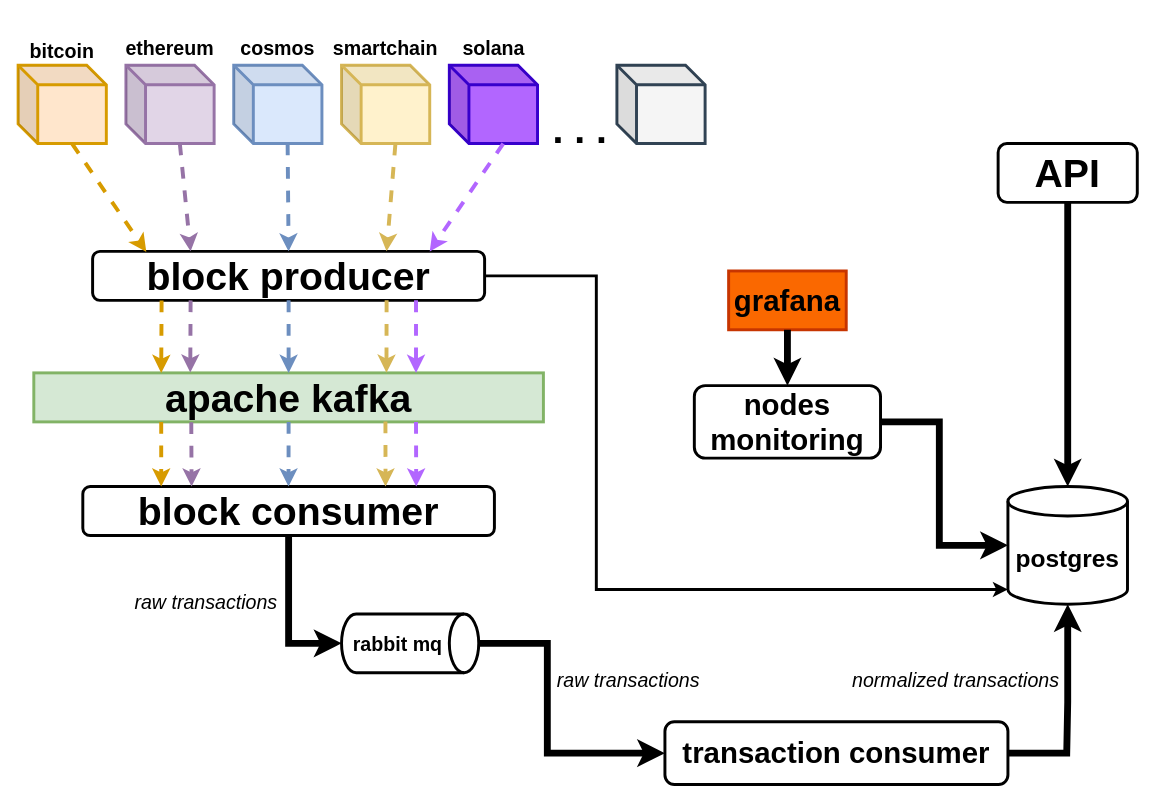
Earlier version of the draw.io diagram assets/architecture.drawio (levietcuong2602/blockchain-indexer-test). Source tidied: cells renumbered, new cells numbered last; positions are measured from the earlier drawing's top-left corner, leaving out a move shared by most shapes. Both pictures are drawn from the tidied source at 98%, with x=0, y=0 at pixel (18, 25).
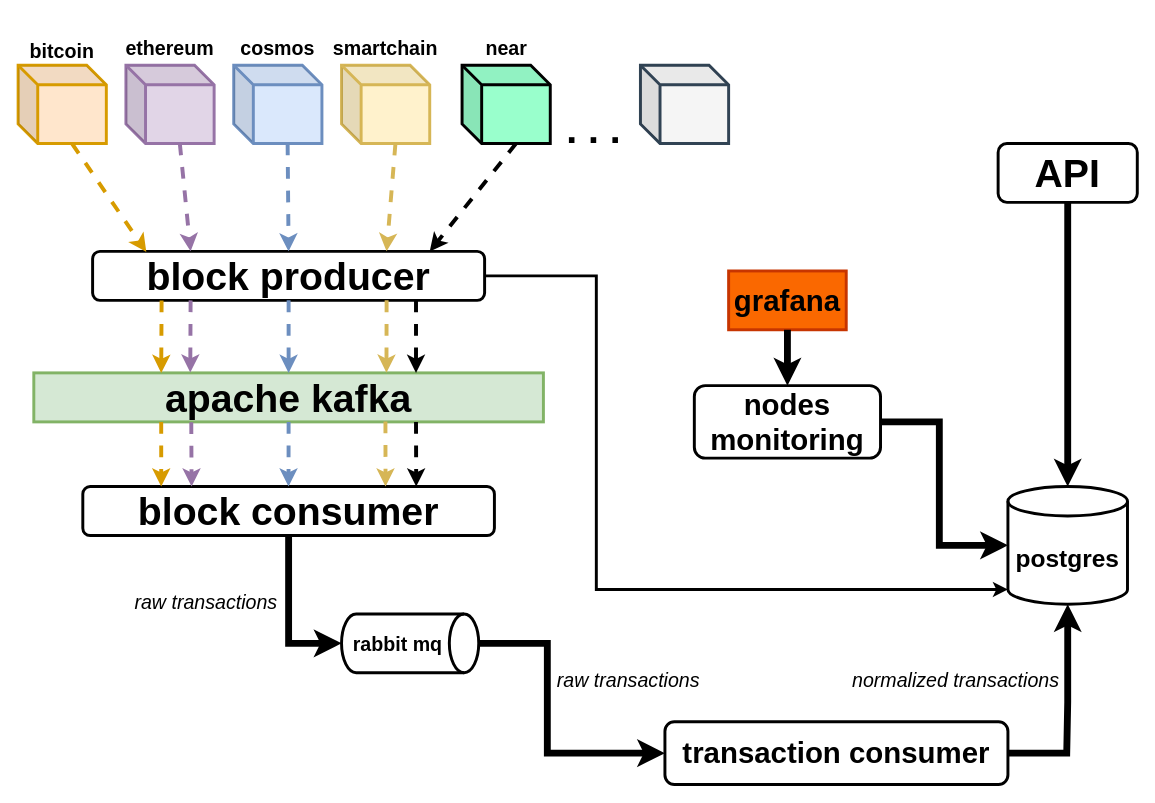
After the change.

The change refers to these unchanged cells:
```xml
<mxCell id="6" value="&lt;b&gt;&lt;font style=&quot;font-size: 40px;&quot;&gt;apache kafka&lt;/font&gt;&lt;/b&gt;" style="rounded=0;whiteSpace=wrap;html=1;fontSize=20;fillColor=#d5e8d4;strokeColor=#82b366;strokeWidth=3;" parent="1" vertex="1">
  <mxGeometry x="16" y="354" width="520" height="50" as="geometry" />
</mxCell>
<mxCell id="8" value="&lt;font style=&quot;font-size: 40px;&quot;&gt;&lt;b style=&quot;line-height: 1.2;&quot;&gt;block consumer&lt;/b&gt;&lt;/font&gt;" style="rounded=1;whiteSpace=wrap;html=1;fontSize=25;strokeWidth=3;" parent="1" vertex="1">
  <mxGeometry x="66" y="470" width="420" height="50" as="geometry" />
</mxCell>
```

The edit, as a diff of the source:
```diff
@@
-    <mxCell id="17" style="shape=cube;whiteSpace=wrap;html=1;boundedLbl=1;backgroundOutline=1;darkOpacity=0.05;darkOpacity2=0.1;fontSize=40;fillColor=#B266FF;strokeColor=#3700CC;fontColor=#ffffff;strokeWidth=3;" parent="1" vertex="1">
-      <mxGeometry x="440" y="40" width="90" height="80" as="geometry" />
+    <mxCell id="17" style="shape=cube;whiteSpace=wrap;html=1;boundedLbl=1;backgroundOutline=1;darkOpacity=0.05;darkOpacity2=0.1;fontSize=40;fillColor=#99FFCC;strokeColor=#000000;fontColor=#ffffff;strokeWidth=3;" parent="1" vertex="1">
+      <mxGeometry x="453" y="40" width="90" height="80" as="geometry" />
     </mxCell>
-    <mxCell id="18" value="&lt;b style=&quot;font-size: 40px;&quot;&gt;&lt;font style=&quot;font-size: 20px;&quot;&gt;solana&lt;/font&gt;&lt;/b&gt;" style="text;html=1;strokeColor=none;fillColor=none;align=center;verticalAlign=middle;whiteSpace=wrap;rounded=0;fontSize=20;" parent="1" vertex="1">
-      <mxGeometry x="447.5" width="75" height="30" as="geometry" />
+    <mxCell id="18" value="&lt;b style=&quot;font-size: 40px;&quot;&gt;&lt;font style=&quot;font-size: 20px;&quot;&gt;near&lt;/font&gt;&lt;/b&gt;" style="text;html=1;strokeColor=none;fillColor=none;align=center;verticalAlign=middle;whiteSpace=wrap;rounded=0;fontSize=20;" parent="1" vertex="1">
+      <mxGeometry x="460.5" width="75" height="30" as="geometry" />
     </mxCell>
@@
-    <mxCell id="23" style="endArrow=classic;html=1;rounded=0;fontSize=20;exitX=0;exitY=0;exitDx=55;exitDy=80;exitPerimeter=0;strokeColor=#B266FF;strokeWidth=4;dashed=1;" parent="1" edge="1" source="17">
+    <mxCell id="23" style="endArrow=classic;html=1;rounded=0;fontSize=20;exitX=0;exitY=0;exitDx=55;exitDy=80;exitPerimeter=0;strokeColor=#000000;strokeWidth=4;dashed=1;" parent="1" edge="1" source="17">
       <mxGeometry relative="1" as="geometry">
         <mxPoint x="420" y="230" as="targetPoint" />
       </mxGeometry>
     </mxCell>
@@
-    <mxCell id="28" style="endArrow=classic;html=1;rounded=0;fontSize=20;strokeColor=#B266FF;strokeWidth=4;dashed=1;entryX=0.75;entryY=0;entryDx=0;entryDy=0;" parent="1" edge="1" target="6">
+    <mxCell id="28" style="endArrow=classic;html=1;rounded=0;fontSize=20;strokeColor=#000000;strokeWidth=4;dashed=1;entryX=0.75;entryY=0;entryDx=0;entryDy=0;" parent="1" edge="1" target="6">
       <mxGeometry relative="1" as="geometry">
         <mxPoint x="406" y="280" as="sourcePoint" />
       </mxGeometry>
     </mxCell>
-    <mxCell id="29" style="endArrow=classic;html=1;rounded=0;dashed=1;strokeColor=#B266FF;strokeWidth=4;fontSize=20;entryX=0.81;entryY=0;entryDx=0;entryDy=0;exitX=0.75;exitY=1;exitDx=0;exitDy=0;entryPerimeter=0;" parent="1" edge="1" source="6" target="8">
+    <mxCell id="29" style="endArrow=classic;html=1;rounded=0;dashed=1;strokeColor=#000000;strokeWidth=4;fontSize=20;entryX=0.81;entryY=0;entryDx=0;entryDy=0;exitX=0.75;exitY=1;exitDx=0;exitDy=0;entryPerimeter=0;" parent="1" edge="1" source="6" target="8">
       <mxGeometry relative="1" as="geometry" />
     </mxCell>
@@
     <mxCell id="46" value="&lt;b style=&quot;&quot;&gt;&lt;font style=&quot;font-size: 40px;&quot;&gt;. . .&lt;/font&gt;&lt;/b&gt;" style="text;html=1;strokeColor=none;fillColor=none;align=center;verticalAlign=middle;whiteSpace=wrap;rounded=0;fontSize=20;" parent="1" vertex="1">
-      <mxGeometry x="536" y="90" width="75" height="30" as="geometry" />
+      <mxGeometry x="550" y="90" width="75" height="30" as="geometry" />
     </mxCell>
     <mxCell id="47" style="shape=cube;whiteSpace=wrap;html=1;boundedLbl=1;backgroundOutline=1;darkOpacity=0.05;darkOpacity2=0.1;fontSize=40;fillColor=#F5F5F5;strokeColor=#314354;fontColor=#ffffff;strokeWidth=3;" parent="1" vertex="1">
-      <mxGeometry x="611" y="40" width="90" height="80" as="geometry" />
+      <mxGeometry x="635" y="40" width="90" height="80" as="geometry" />
     </mxCell>
```
